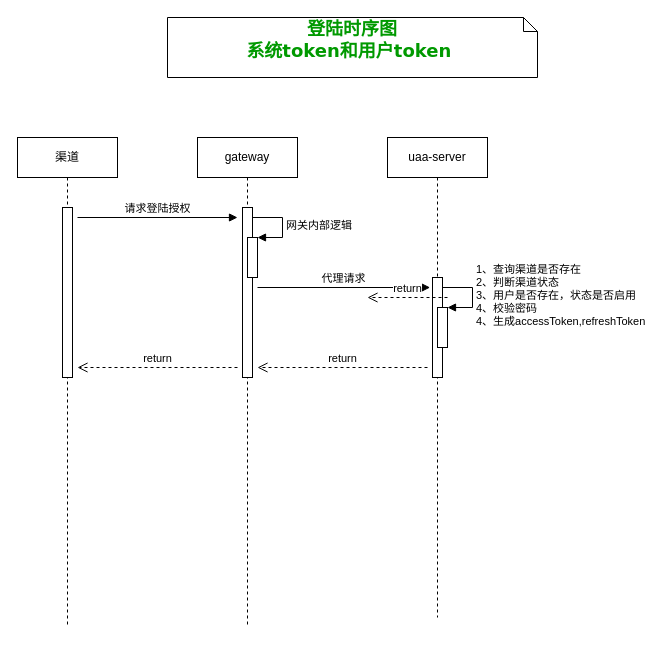
Gopanpan/Gopan-drawing keeps this draw.io diagram as Juzi/登陆流程.drawio. Above is the earlier version. Source tidied: cells renumbered, new cells numbered last; positions are measured from the earlier drawing's top-left corner, leaving out a move shared by most shapes. Both pictures are drawn from the tidied source at 100%, with x=0, y=0 at pixel (17, 17).
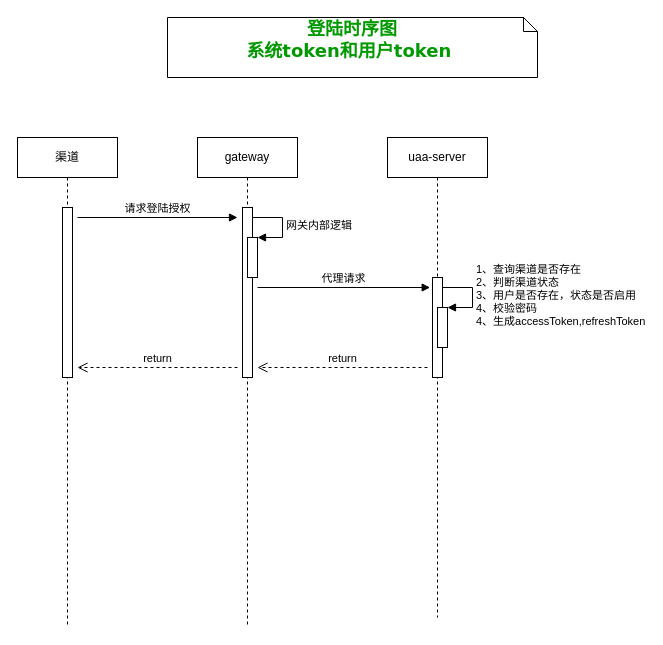
After the change.

Change to the diagram source:
```diff
@@
-    <mxCell id="16" value="return" style="html=1;verticalAlign=bottom;endArrow=open;dashed=1;endSize=8;" parent="1" edge="1">
-      <mxGeometry relative="1" as="geometry">
-        <mxPoint x="430" y="280" as="sourcePoint" />
-        <mxPoint x="350" y="280" as="targetPoint" />
-      </mxGeometry>
-    </mxCell>
```
